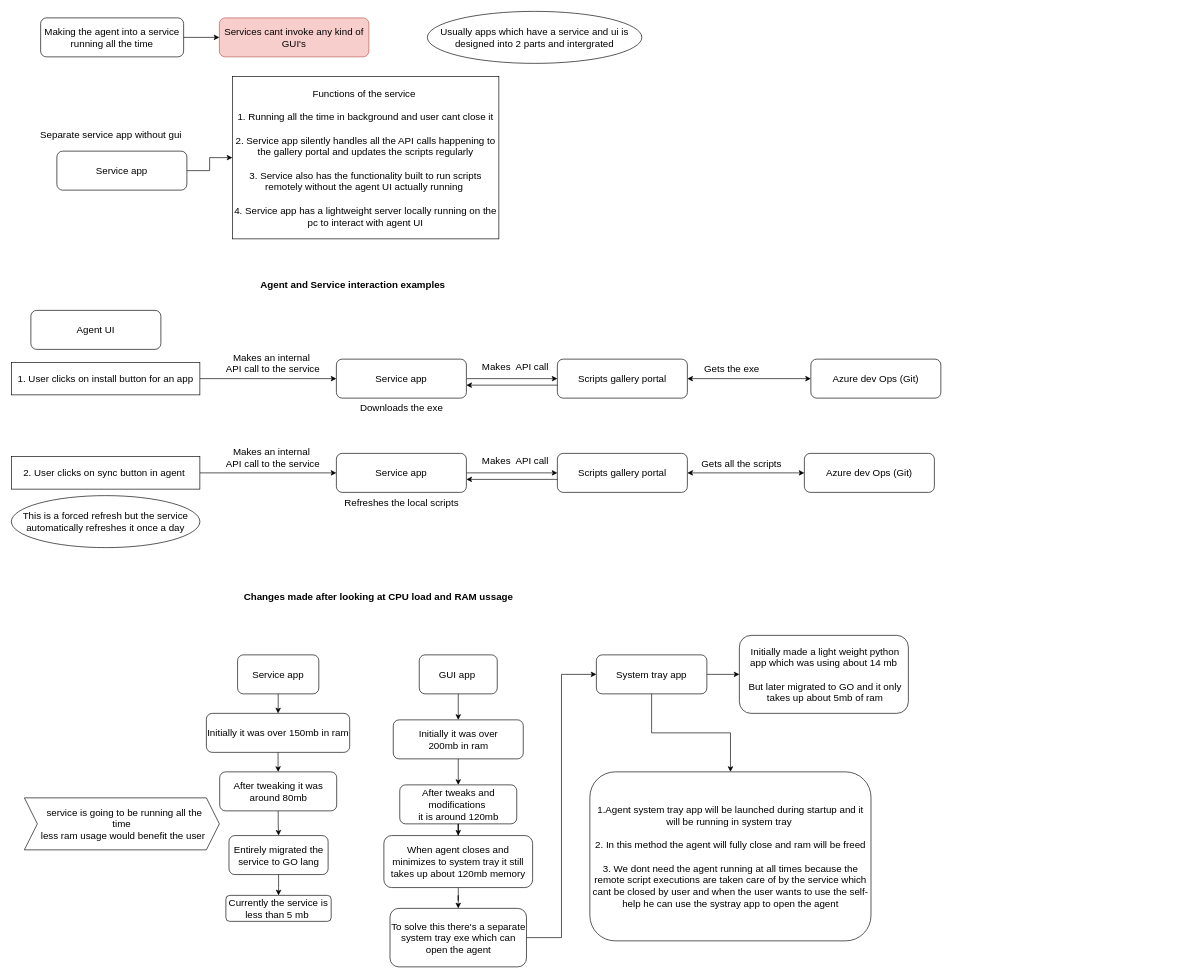
This is Eus agent update.drawio from iyashwant/hello-world, a draw.io file, before an edit. Source tidied: cells renumbered, new cells numbered last; positions are measured from the earlier drawing's top-left corner, leaving out a move shared by most shapes. Both pictures are drawn from the tidied source at 65%, with x=0, y=0 at pixel (11, 11).
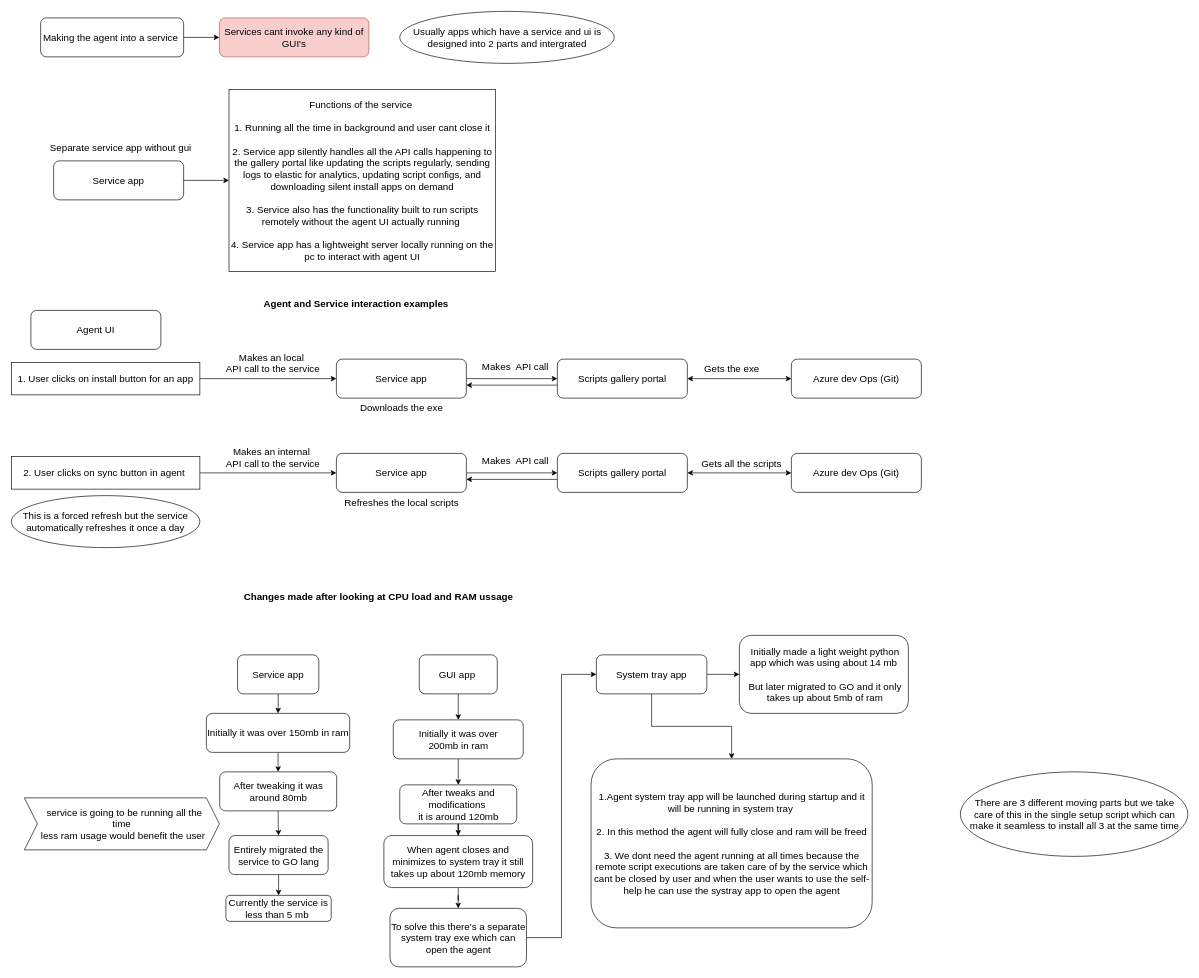
The same diagram, later.

The edit, as a diff of the source:
```diff
@@
-    <mxCell id="5" value="&lt;font style=&quot;font-size: 15px;&quot;&gt;Making the agent into a service running all the time&lt;/font&gt;" style="rounded=1;whiteSpace=wrap;html=1;fontSize=15;" parent="1" vertex="1">
+    <mxCell id="5" value="&lt;font style=&quot;font-size: 15px&quot;&gt;Making the agent into a service&amp;nbsp;&lt;/font&gt;" style="rounded=1;whiteSpace=wrap;html=1;fontSize=15;" parent="1" vertex="1">
       <mxGeometry x="45" y="10" width="220" height="60" as="geometry" />
     </mxCell>
     <mxCell id="6" value="&lt;font style=&quot;font-size: 15px;&quot;&gt;Usually apps which have a service and ui is designed into 2 parts and intergrated&lt;/font&gt;" style="ellipse;whiteSpace=wrap;html=1;fontSize=15;" parent="1" vertex="1">
-      <mxGeometry x="640" width="330" height="80" as="geometry" />
+      <mxGeometry x="597.5" width="330" height="80" as="geometry" />
     </mxCell>
     <mxCell id="7" value="&lt;span style=&quot;font-size: 15px;&quot;&gt;Service app&lt;/span&gt;" style="rounded=1;whiteSpace=wrap;html=1;fontSize=15;" parent="1" vertex="1">
-      <mxGeometry x="70" y="215" width="200" height="60" as="geometry" />
+      <mxGeometry x="65" y="230" width="200" height="60" as="geometry" />
     </mxCell>
@@
-    <mxCell id="9" value="&lt;font style=&quot;font-size: 15px;&quot;&gt;Functions of the service&amp;nbsp;&lt;br style=&quot;font-size: 15px;&quot;&gt;&lt;br style=&quot;font-size: 15px;&quot;&gt;1. Running all the time in background and user cant close it&lt;br style=&quot;font-size: 15px;&quot;&gt;&lt;br style=&quot;font-size: 15px;&quot;&gt;2. Service app silently handles all the API calls happening to the gallery portal and updates the scripts regularly&lt;br style=&quot;font-size: 15px;&quot;&gt;&lt;br style=&quot;font-size: 15px;&quot;&gt;3.&amp;nbsp;Service also has the functionality built to run scripts remotely without the agent UI actually running&amp;nbsp;&lt;br style=&quot;font-size: 15px;&quot;&gt;&lt;br style=&quot;font-size: 15px;&quot;&gt;4. Service app has a lightweight server locally running on the pc to interact with agent UI&lt;br style=&quot;font-size: 15px;&quot;&gt;&lt;/font&gt;" style="rounded=0;whiteSpace=wrap;html=1;fontSize=15;" parent="1" vertex="1">
-      <mxGeometry x="340" y="100" width="410" height="250" as="geometry" />
+    <mxCell id="9" value="&lt;font style=&quot;font-size: 15px&quot;&gt;Functions of the service&amp;nbsp;&lt;br style=&quot;font-size: 15px&quot;&gt;&lt;br style=&quot;font-size: 15px&quot;&gt;1. Running all the time in background and user cant close it&lt;br style=&quot;font-size: 15px&quot;&gt;&lt;br style=&quot;font-size: 15px&quot;&gt;2. Service app silently handles all the API calls happening to the gallery portal like updating the scripts regularly, sending logs to elastic for analytics, updating script configs, and downloading silent install apps on demand&lt;br style=&quot;font-size: 15px&quot;&gt;&lt;br style=&quot;font-size: 15px&quot;&gt;3.&amp;nbsp;Service also has the functionality built to run scripts remotely without the agent UI actually running&amp;nbsp;&lt;br style=&quot;font-size: 15px&quot;&gt;&lt;br style=&quot;font-size: 15px&quot;&gt;4. Service app has a lightweight server locally running on the pc to interact with agent UI&lt;br style=&quot;font-size: 15px&quot;&gt;&lt;/font&gt;" style="rounded=0;whiteSpace=wrap;html=1;fontSize=15;" parent="1" vertex="1">
+      <mxGeometry x="334.8" y="120" width="410" height="280" as="geometry" />
     </mxCell>
@@
-    <mxCell id="14" value="&lt;font style=&quot;font-size: 15px;&quot;&gt;Makes an internal&lt;br style=&quot;font-size: 15px;&quot;&gt;&amp;nbsp;API call to the service&lt;br style=&quot;font-size: 15px;&quot;&gt;&lt;br style=&quot;font-size: 15px;&quot;&gt;&lt;/font&gt;" style="text;html=1;align=center;verticalAlign=middle;strokeColor=none;fontSize=15;" parent="1" vertex="1">
+    <mxCell id="14" value="&lt;font style=&quot;font-size: 15px&quot;&gt;Makes an local&lt;br style=&quot;font-size: 15px&quot;&gt;&amp;nbsp;API call to the service&lt;br style=&quot;font-size: 15px&quot;&gt;&lt;br style=&quot;font-size: 15px&quot;&gt;&lt;/font&gt;" style="text;html=1;align=center;verticalAlign=middle;strokeColor=none;fontSize=15;" parent="1" vertex="1">
       <mxGeometry x="320" y="520" width="160" height="60" as="geometry" />
     </mxCell>
@@
     <mxCell id="19" value="&lt;span style=&quot;font-size: 15px;&quot;&gt;Azure dev Ops (Git)&lt;/span&gt;" style="rounded=1;whiteSpace=wrap;html=1;fontSize=15;" parent="1" vertex="1">
-      <mxGeometry x="1230" y="535" width="200" height="60" as="geometry" />
+      <mxGeometry x="1200" y="535" width="200" height="60" as="geometry" />
     </mxCell>
@@
     <mxCell id="31" value="&lt;span style=&quot;font-size: 15px;&quot;&gt;Azure dev Ops (Git)&lt;/span&gt;" style="rounded=1;whiteSpace=wrap;html=1;fontSize=15;" parent="1" vertex="1">
-      <mxGeometry x="1220" y="680" width="200" height="60" as="geometry" />
+      <mxGeometry x="1200" y="680" width="200" height="60" as="geometry" />
     </mxCell>
@@
     <mxCell id="35" value="&lt;font style=&quot;font-size: 15px;&quot;&gt;&lt;b style=&quot;font-size: 15px;&quot;&gt;Agent and Service interaction examples&lt;/b&gt;&lt;/font&gt;" style="text;html=1;align=center;verticalAlign=middle;strokeColor=none;fontSize=15;" parent="1" vertex="1">
-      <mxGeometry x="375" y="410" width="300" height="20" as="geometry" />
+      <mxGeometry x="380" y="440" width="300" height="20" as="geometry" />
     </mxCell>
@@
     <mxCell id="37" value="&lt;font style=&quot;font-size: 15px;&quot;&gt;Separate service app without gui&amp;nbsp;&lt;/font&gt;" style="text;html=1;align=center;verticalAlign=middle;strokeColor=none;fontSize=15;" parent="1" vertex="1">
-      <mxGeometry x="35" y="180" width="240" height="20" as="geometry" />
+      <mxGeometry x="50" y="200" width="240" height="20" as="geometry" />
     </mxCell>
@@
     <mxCell id="61" value="&lt;span style=&quot;font-size: 15px;&quot;&gt;1.Agent system tray app will be launched during startup and it will be running in system tray&amp;nbsp;&lt;/span&gt;&lt;br style=&quot;font-size: 15px;&quot;&gt;&lt;br style=&quot;font-size: 15px;&quot;&gt;&lt;span style=&quot;font-size: 15px;&quot;&gt;2. In this method the agent will fully close and ram will be freed&lt;br style=&quot;font-size: 15px;&quot;&gt;&lt;br style=&quot;font-size: 15px;&quot;&gt;3. We dont need the agent running at all times because&amp;nbsp;the remote script executions are taken care of by the service which cant be closed by user and when the user wants to use the self-help he can use the systray app to open the agent&lt;/span&gt;" style="rounded=1;whiteSpace=wrap;html=1;fontSize=15;" parent="1" vertex="1">
-      <mxGeometry x="890" y="1170" width="432.5" height="260" as="geometry" />
+      <mxGeometry x="891.8" y="1150" width="432.5" height="260" as="geometry" />
     </mxCell>
@@
+    <mxCell id="63" value="&lt;span&gt;There are 3 different moving parts but we take care of this in the single setup script which can make it seamless to install all 3 at the same time&lt;/span&gt;" style="ellipse;whiteSpace=wrap;html=1;fontSize=15;spacing=7;spacingLeft=4;spacingRight=2;" parent="1" vertex="1">
+      <mxGeometry x="1460" y="1170" width="350" height="130" as="geometry" />
+    </mxCell>
```
